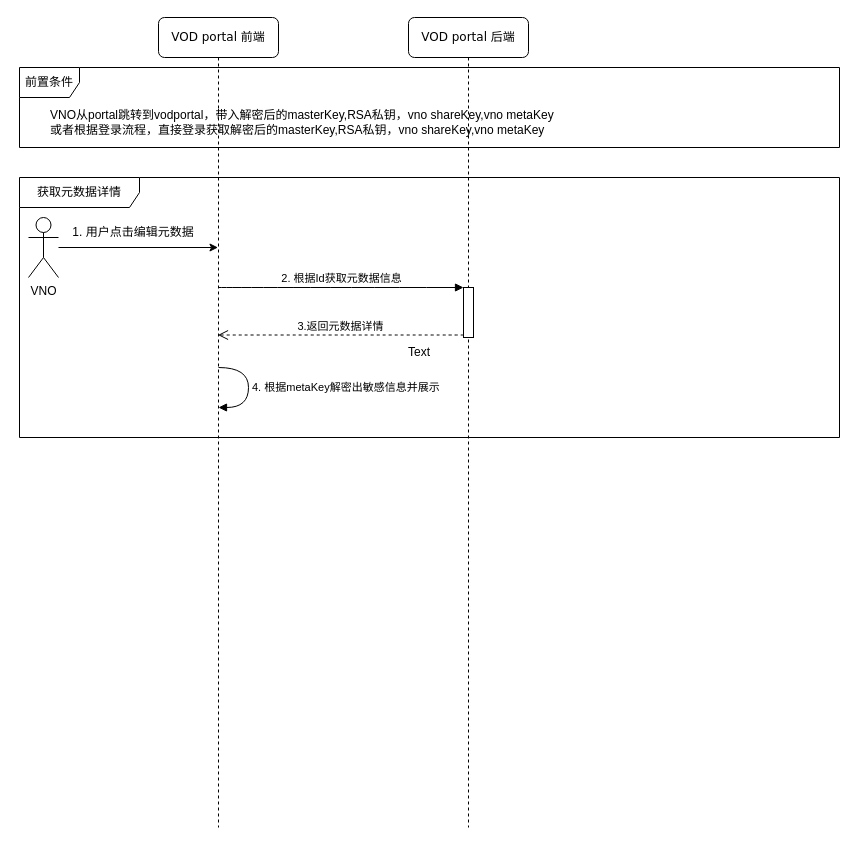
This is page "1.vod-web编辑" (2 of 2) of 未命名绘图.drawio from beixiaohai/zerotrust, a draw.io file, before an edit. Source tidied: cells renumbered, new cells numbered last; positions are measured from the earlier drawing's top-left corner, leaving out a move shared by most shapes. Both pictures are drawn from the tidied source at 100%, with x=0, y=0 at pixel (19, 17).
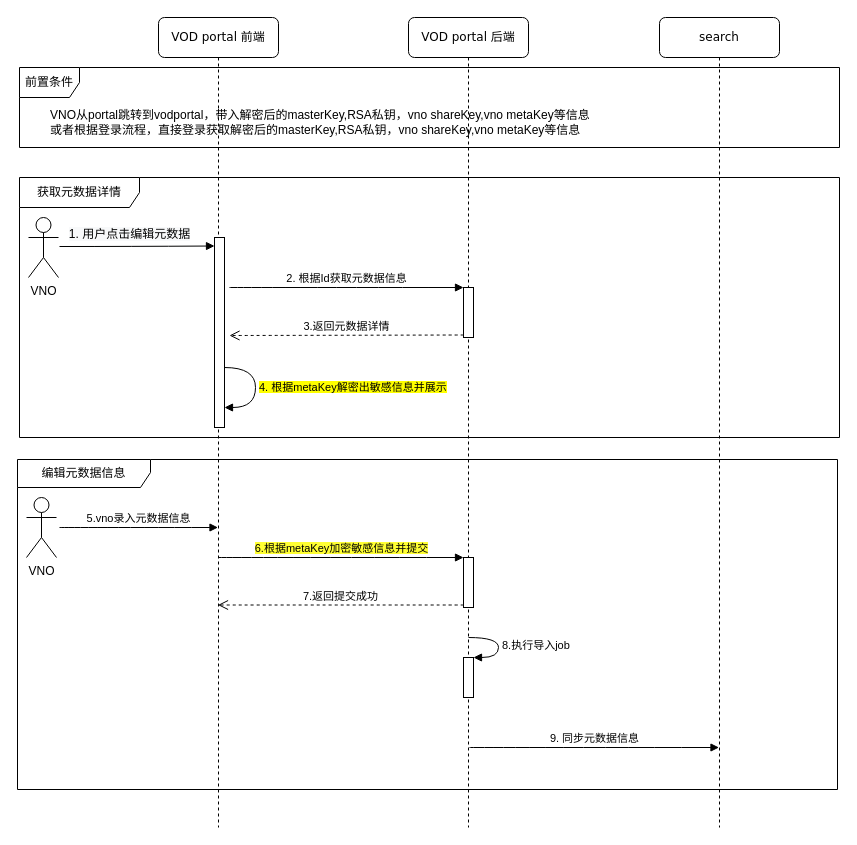
Above is the later version.

Commit message:
更新未命名绘图.drawio

The change refers to these unchanged cells:
```xml
<mxCell id="3" value="VOD portal 前端" style="shape=umlLifeline;perimeter=lifelinePerimeter;whiteSpace=wrap;html=1;outlineConnect=0;rounded=1;shadow=0;comic=0;labelBackgroundColor=none;strokeWidth=1;fontFamily=Verdana;fontSize=12;align=center;" parent="1" vertex="1">
  <mxGeometry x="139" width="120" height="810" as="geometry" />
</mxCell>
<mxCell id="5" value="VOD portal 后端" style="shape=umlLifeline;perimeter=lifelinePerimeter;whiteSpace=wrap;html=1;rounded=1;shadow=0;comic=0;labelBackgroundColor=none;strokeWidth=1;fontFamily=Verdana;fontSize=12;align=center;" parent="1" vertex="1">
  <mxGeometry x="389" width="120" height="810" as="geometry" />
</mxCell>
<mxCell id="6" style="html=1;points=[];perimeter=orthogonalPerimeter;" parent="5" vertex="1">
  <mxGeometry x="55" y="270" width="10" height="50" as="geometry" />
</mxCell>
```

What changed in the source:
```diff
@@
+    <mxCell id="17" value="编辑元数据信息" style="shape=umlFrame;whiteSpace=wrap;html=1;width=133;height=28;" parent="1" vertex="1">
+      <mxGeometry x="-2" y="442" width="820" height="330" as="geometry" />
+    </mxCell>
@@
-    <mxCell id="4" value="4. 根据metaKey解密出敏感信息并展示" style="edgeStyle=orthogonalEdgeStyle;html=1;align=left;spacingLeft=2;endArrow=block;rounded=0;curved=1;" parent="3" edge="1">
+    <mxCell id="4" value="&lt;span style=&quot;background-color: rgb(255, 255, 0);&quot;&gt;4. 根据metaKey解密出敏感信息并展示&lt;/span&gt;" style="edgeStyle=orthogonalEdgeStyle;html=1;align=left;spacingLeft=2;endArrow=block;rounded=0;curved=1;" parent="3" edge="1">
       <mxGeometry relative="1" as="geometry">
-        <mxPoint x="60" y="350" as="sourcePoint" />
-        <mxPoint x="60" y="390" as="targetPoint" />
+        <mxPoint x="66" y="350" as="sourcePoint" />
+        <mxPoint x="66" y="390" as="targetPoint" />
         <Array as="points">
-          <mxPoint x="90" y="350" />
-          <mxPoint x="90" y="390" />
+          <mxPoint x="97" y="350" />
+          <mxPoint x="97" y="390" />
         </Array>
       </mxGeometry>
     </mxCell>
+    <mxCell id="8" value="&lt;span style=&quot;font-size: 12px; background-color: rgb(248, 249, 250);&quot;&gt;1. 用户点击编辑元数据&lt;/span&gt;" style="html=1;verticalAlign=bottom;endArrow=block;curved=1;" parent="3" edge="1">
+      <mxGeometry x="-0.1" y="3" relative="1" as="geometry">
+        <mxPoint x="-99" y="229" as="sourcePoint" />
+        <mxPoint x="56" y="228.5" as="targetPoint" />
+        <Array as="points">
+          <mxPoint x="-29" y="229" />
+        </Array>
+      </mxGeometry>
+    </mxCell>
@@
+    <mxCell id="18" style="html=1;points=[];perimeter=orthogonalPerimeter;" parent="5" vertex="1">
+      <mxGeometry x="55" y="540" width="10" height="50" as="geometry" />
+    </mxCell>
+    <mxCell id="19" style="html=1;points=[];perimeter=orthogonalPerimeter;" parent="5" vertex="1">
+      <mxGeometry x="55" y="640" width="10" height="40" as="geometry" />
+    </mxCell>
+    <mxCell id="20" value="8.执行导入job" style="edgeStyle=orthogonalEdgeStyle;html=1;align=left;spacingLeft=2;endArrow=block;rounded=0;entryX=1;entryY=0;curved=1;" parent="5" edge="1" target="19">
+      <mxGeometry relative="1" as="geometry">
+        <mxPoint x="60" y="620" as="sourcePoint" />
+        <Array as="points">
+          <mxPoint x="90" y="620" />
+        </Array>
+      </mxGeometry>
+    </mxCell>
+    <mxCell id="21" value="9. 同步元数据信息" style="html=1;verticalAlign=bottom;endArrow=block;curved=1;" parent="5" edge="1" target="27">
+      <mxGeometry relative="1" as="geometry">
+        <mxPoint x="61" y="730" as="sourcePoint" />
+      </mxGeometry>
+    </mxCell>
-    <mxCell id="7" style="endArrow=classic;html=1;rounded=0;" parent="1" edge="1">
+    <mxCell id="7" style="endArrow=classic;html=1;rounded=0;startArrow=none;" parent="1" edge="1" source="22">
       <mxGeometry relative="1" as="geometry">
-        <mxPoint x="39" y="230" as="sourcePoint" />
         <mxPoint x="198.5" y="230" as="targetPoint" />
       </mxGeometry>
     </mxCell>
-    <mxCell id="8" value="1. 用户点击编辑元数据" style="text;html=1;strokeColor=none;fillColor=none;align=center;verticalAlign=middle;whiteSpace=wrap;rounded=0;" parent="1" vertex="1">
-      <mxGeometry x="39" y="200" width="150" height="30" as="geometry" />
-    </mxCell>
     <mxCell id="9" value="3.返回元数据详情" style="html=1;verticalAlign=bottom;endArrow=open;dashed=1;endSize=8;exitX=0;exitY=0.95;curved=1;" parent="1" edge="1" source="6">
       <mxGeometry relative="1" as="geometry">
-        <mxPoint x="198.5" y="317.5" as="targetPoint" />
+        <mxPoint x="210" y="318" as="targetPoint" />
       </mxGeometry>
     </mxCell>
     <mxCell id="10" value="2. 根据Id获取元数据信息" style="html=1;verticalAlign=bottom;endArrow=block;entryX=0;entryY=0;curved=1;" parent="1" edge="1" target="6">
       <mxGeometry relative="1" as="geometry">
-        <mxPoint x="198.5" y="270" as="sourcePoint" />
+        <mxPoint x="210" y="270" as="sourcePoint" />
       </mxGeometry>
     </mxCell>
@@
-    <mxCell id="13" value="Text" style="text;html=1;strokeColor=none;fillColor=none;align=center;verticalAlign=middle;whiteSpace=wrap;rounded=0;" parent="1" vertex="1">
-      <mxGeometry x="370" y="320" width="60" height="30" as="geometry" />
-    </mxCell>
-    <mxCell id="14" style="text;strokeColor=none;fillColor=none;align=left;verticalAlign=middle;spacingTop=-1;spacingLeft=4;spacingRight=4;labelPosition=right;" parent="1" vertex="1">
-      <mxGeometry x="390" y="330" width="20" height="14" as="geometry" />
-    </mxCell>
-    <mxCell id="15" style="text;strokeColor=none;fillColor=none;align=left;verticalAlign=middle;spacingTop=-1;spacingLeft=4;spacingRight=4;labelPosition=right;" parent="1" vertex="1">
-      <mxGeometry x="390" y="330" width="20" height="14" as="geometry" />
-    </mxCell>
-    <mxCell id="16" value="VNO从portal跳转到vodportal，带入解密后的masterKey,RSA私钥，vno shareKey,vno metaKey&lt;br&gt;或者根据登录流程，直接登录获取解密后的masterKey,RSA私钥，vno shareKey,vno metaKey" style="text;html=1;strokeColor=none;fillColor=none;align=left;verticalAlign=middle;whiteSpace=wrap;rounded=0;" parent="1" vertex="1">
+    <mxCell id="16" value="VNO从portal跳转到vodportal，带入解密后的masterKey,RSA私钥，vno shareKey,vno metaKey等信息&lt;br&gt;或者根据登录流程，直接登录获取解密后的masterKey,RSA私钥，vno shareKey,vno metaKey等信息" style="text;html=1;strokeColor=none;fillColor=none;align=left;verticalAlign=middle;whiteSpace=wrap;rounded=0;" parent="1" vertex="1">
       <mxGeometry x="29" y="90" width="750" height="30" as="geometry" />
     </mxCell>
+    <mxCell id="22" style="html=1;points=[];perimeter=orthogonalPerimeter;" parent="1" vertex="1">
+      <mxGeometry x="195" y="220" width="10" height="190" as="geometry" />
+    </mxCell>
+    <mxCell id="23" value="5.vno录入元数据信息" style="html=1;verticalAlign=bottom;endArrow=block;curved=1;" parent="1" edge="1" target="3">
+      <mxGeometry relative="1" as="geometry">
+        <mxPoint x="40" y="510" as="sourcePoint" />
+      </mxGeometry>
+    </mxCell>
+    <mxCell id="24" value="VNO" style="shape=umlActor;verticalLabelPosition=bottom;verticalAlign=top;html=1;" parent="1" vertex="1">
+      <mxGeometry x="7" y="480" width="30" height="60" as="geometry" />
+    </mxCell>
+    <mxCell id="25" value="&lt;span style=&quot;background-color: rgb(255, 255, 51);&quot;&gt;6.根据metaKey加密敏感信息并提交&lt;/span&gt;" style="html=1;verticalAlign=bottom;endArrow=block;entryX=0;entryY=0;curved=1;" parent="1" edge="1" source="3" target="18">
+      <mxGeometry relative="1" as="geometry" />
+    </mxCell>
+    <mxCell id="26" value="7.返回提交成功" style="html=1;verticalAlign=bottom;endArrow=open;dashed=1;endSize=8;exitX=0;exitY=0.95;curved=1;" parent="1" edge="1" source="18" target="3">
+      <mxGeometry relative="1" as="geometry" />
+    </mxCell>
+    <mxCell id="27" value="search" style="shape=umlLifeline;perimeter=lifelinePerimeter;whiteSpace=wrap;html=1;outlineConnect=0;rounded=1;shadow=0;comic=0;labelBackgroundColor=none;strokeWidth=1;fontFamily=Verdana;fontSize=12;align=center;" parent="1" vertex="1">
+      <mxGeometry x="640" width="120" height="810" as="geometry" />
+    </mxCell>
```
